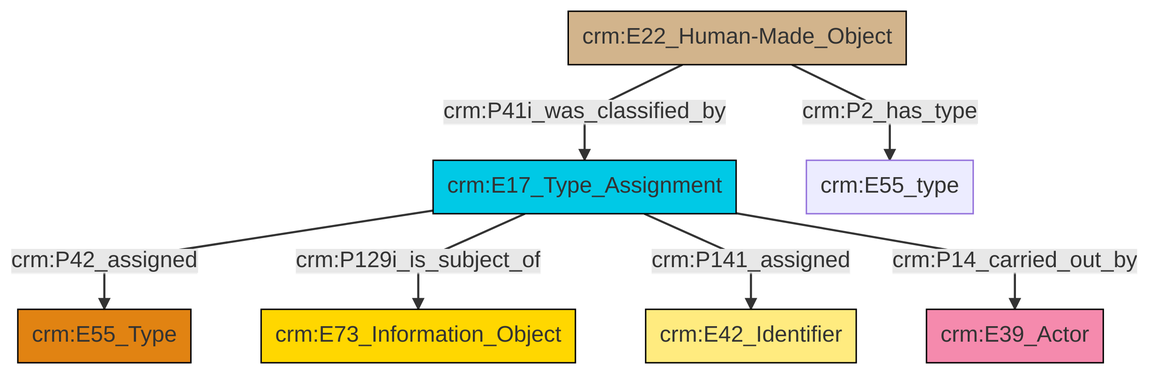
Earlier version of the Mermaid export et/builtWorkCSV/ttl/mmd/png/Built_Work_designation_status.png (swiss-art-research-net/docs.swissartresearch). Its source is kept beside it as et/builtWorkCSV/ttl/mmd/Built_Work_designation_status.ttl.mmd.
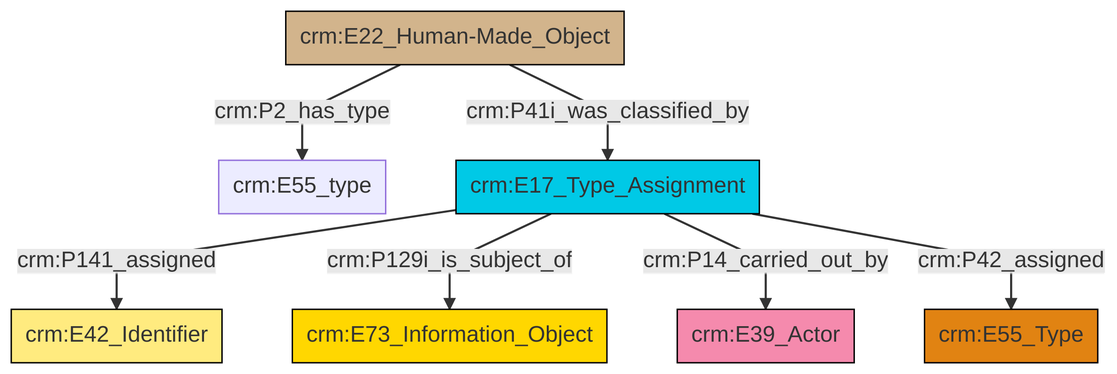
The same file after the commit.

Change to the diagram source:
```diff
@@ -13,9 +13,9 @@
 classDef PC_Classes fill:#4ce600, stroke:#000000;
 classDef Multi fill:#cccccc,stroke:#000000;
 
-5["crm:E22_Human-Made_Object"]:::Physical_Thing -->|crm:P41i_was_classified_by| 6["crm:E17_Type_Assignment"]:::Temporal_Entity
-6["crm:E17_Type_Assignment"]:::Temporal_Entity -->|crm:P42_assigned| 2["crm:E55_Type"]:::Type
-6["crm:E17_Type_Assignment"]:::Temporal_Entity -->|crm:P129i_is_subject_of| 7["crm:E73_Information_Object"]:::Conceptual_Object
-6["crm:E17_Type_Assignment"]:::Temporal_Entity -->|crm:P141_assigned| 11["crm:E42_Identifier"]:::Appellation
-5["crm:E22_Human-Made_Object"]:::Physical_Thing -->|crm:P2_has_type| 9["crm:E55_type"]:::Default
-6["crm:E17_Type_Assignment"]:::Temporal_Entity -->|crm:P14_carried_out_by| 0["crm:E39_Actor"]:::Actor
+0["crm:E22_Human-Made_Object"]:::Physical_Thing -->|crm:P2_has_type| 2["crm:E55_type"]:::Default
+6["crm:E17_Type_Assignment"]:::Temporal_Entity -->|crm:P141_assigned| 7["crm:E42_Identifier"]:::Appellation
+6["crm:E17_Type_Assignment"]:::Temporal_Entity -->|crm:P129i_is_subject_of| 8["crm:E73_Information_Object"]:::Conceptual_Object
+6["crm:E17_Type_Assignment"]:::Temporal_Entity -->|crm:P14_carried_out_by| 10["crm:E39_Actor"]:::Actor
+6["crm:E17_Type_Assignment"]:::Temporal_Entity -->|crm:P42_assigned| 3["crm:E55_Type"]:::Type
+0["crm:E22_Human-Made_Object"]:::Physical_Thing -->|crm:P41i_was_classified_by| 6["crm:E17_Type_Assignment"]:::Temporal_Entity
```
